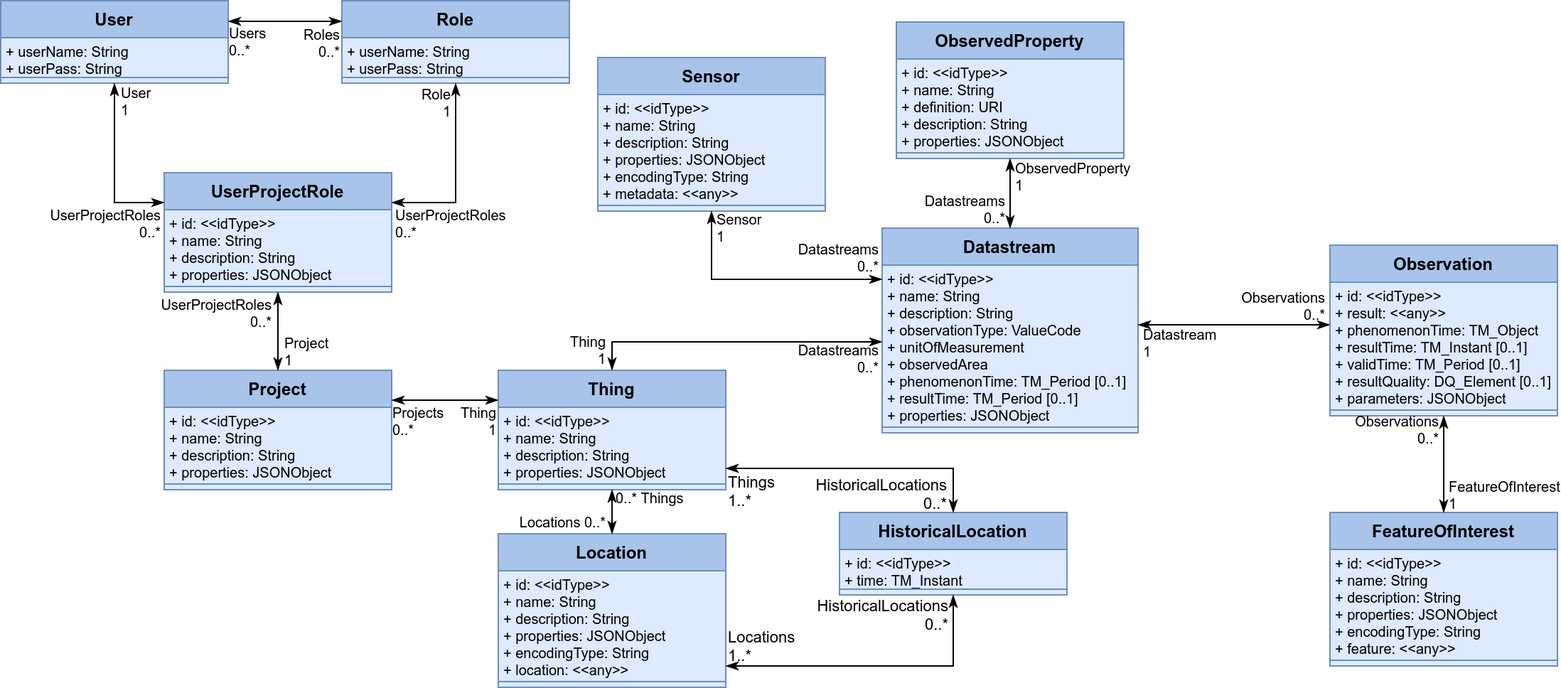
Earlier version of the draw.io export Datamodel-SensorThingsApi-SecurityTest.drawio.png (hylkevds/FROST-Server.Plugin.SecurityTest). Source tidied: cells renumbered, new cells last; positions are measured from the earlier drawing's top-left corner, leaving out a move shared by most shapes.
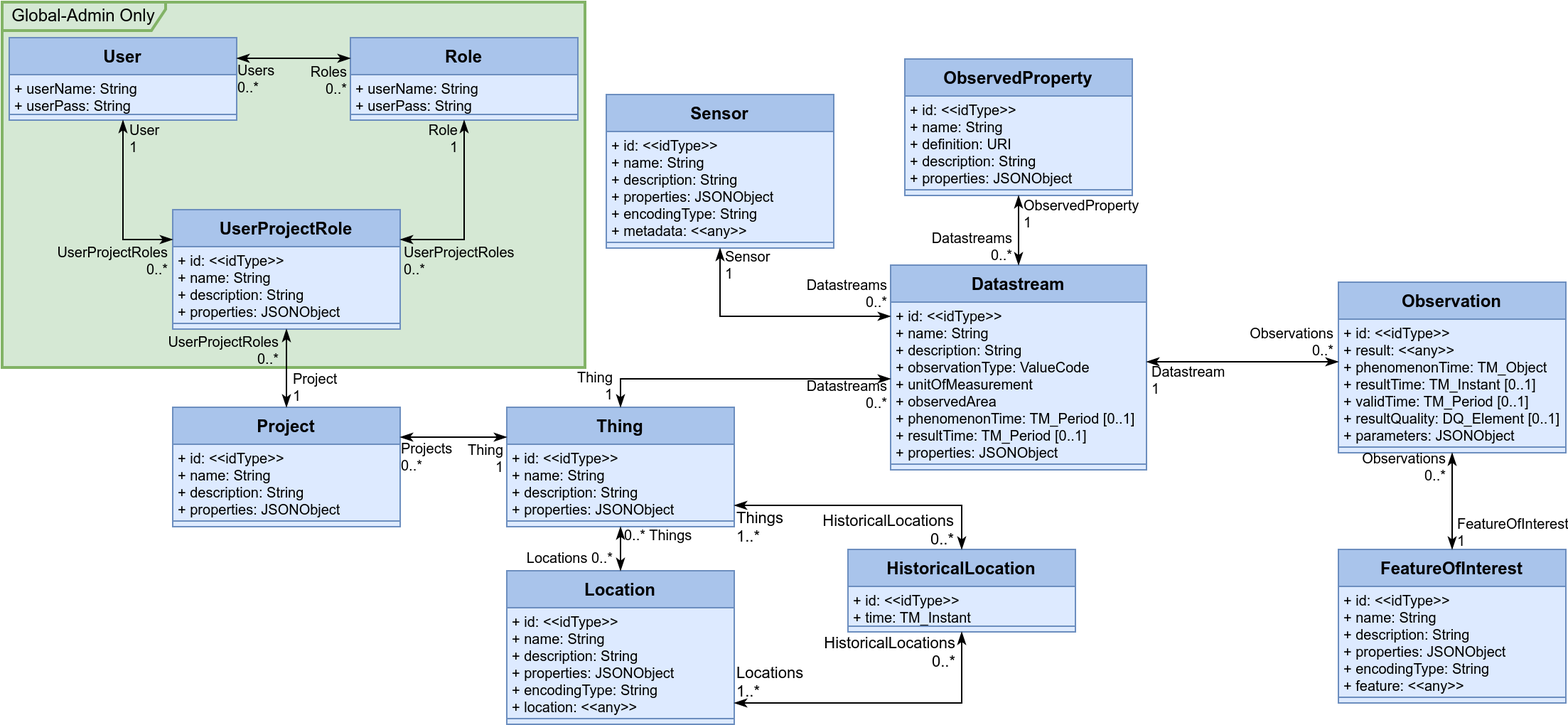
After the change.

Commit message:
Extended diagram with admin-only grouping

Diff of the diagram source:
```diff
@@ -2,6 +2,9 @@
   <root>
     <mxCell id="0" />
     <mxCell id="1" parent="0" />
+    <mxCell id="122" value="Global-Admin Only" style="shape=umlFrame;whiteSpace=wrap;html=1;width=115;height=20;fillColor=#d5e8d4;strokeColor=#82b366;perimeterSpacing=0;strokeWidth=2;shadow=0;labelBackgroundColor=none;swimlaneFillColor=#D5E8D4;" parent="1" vertex="1">
+      <mxGeometry x="-5" y="-25" width="410" height="257" as="geometry" />
+    </mxCell>
     <mxCell id="2" value="Thing" style="swimlane;fontStyle=1;align=center;verticalAlign=top;horizontal=1;startSize=26;fillColor=#A9C4EB;strokeColor=#6c8ebf;swimlaneFillColor=#DDEAFF;" parent="1" vertex="1">
       <mxGeometry x="350" y="260" width="160" height="84" as="geometry" />
     </mxCell>
```
